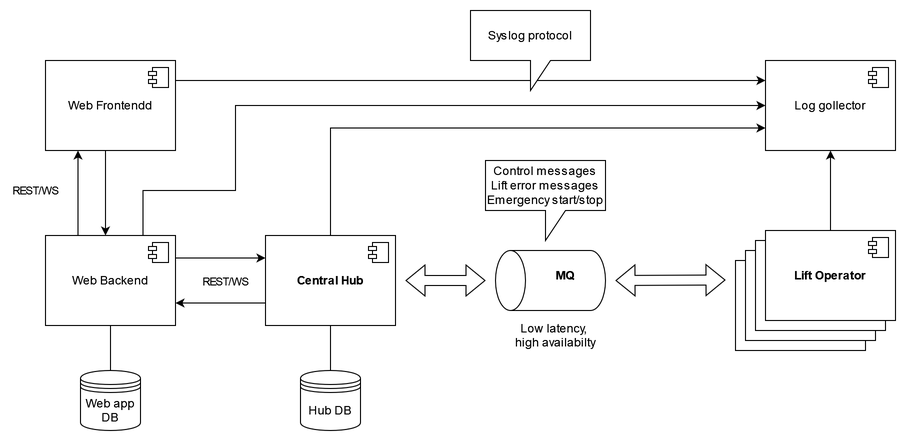
Above: doc/diagrams/png/ski_paradise_components.png in AUT-Hard-Ski-Paradise/.github (draw.io), before the change. Source tidied: cells renumbered, new cells last; positions are measured from the earlier drawing's top-left corner, leaving out a move shared by most shapes. Source of this version:
```xml
<mxGraphModel>
  <root>
    <mxCell id="0" />
    <mxCell id="1" parent="0" />
    <mxCell id="2" value="&lt;b&gt;Lift Operator&lt;br&gt;&lt;/b&gt;" style="html=1;whiteSpace=wrap;" parent="1" vertex="1">
      <mxGeometry x="690" y="250" width="130" height="90" as="geometry" />
    </mxCell>
    <mxCell id="3" style="shape=module;jettyWidth=8;jettyHeight=4;" parent="2" vertex="1">
      <mxGeometry x="1" width="20" height="20" relative="1" as="geometry">
        <mxPoint x="-27" y="7" as="offset" />
      </mxGeometry>
    </mxCell>
    <mxCell id="4" value="&lt;b&gt;Lift Operator&lt;br&gt;&lt;/b&gt;" style="html=1;whiteSpace=wrap;" parent="1" vertex="1">
      <mxGeometry x="700" y="240" width="130" height="90" as="geometry" />
    </mxCell>
    <mxCell id="5" style="shape=module;jettyWidth=8;jettyHeight=4;" parent="4" vertex="1">
      <mxGeometry x="1" width="20" height="20" relative="1" as="geometry">
        <mxPoint x="-27" y="7" as="offset" />
      </mxGeometry>
    </mxCell>
    <mxCell id="6" value="&lt;b&gt;Lift Operator&lt;br&gt;&lt;/b&gt;" style="html=1;whiteSpace=wrap;" parent="1" vertex="1">
      <mxGeometry x="710" y="230" width="130" height="90" as="geometry" />
    </mxCell>
    <mxCell id="7" style="shape=module;jettyWidth=8;jettyHeight=4;" parent="6" vertex="1">
      <mxGeometry x="1" width="20" height="20" relative="1" as="geometry">
        <mxPoint x="-27" y="7" as="offset" />
      </mxGeometry>
    </mxCell>
    <mxCell id="8" style="edgeStyle=orthogonalEdgeStyle;rounded=0;jettySize=auto;html=1;exitX=0.5;exitY=0;exitDx=0;exitDy=0;entryX=0.5;entryY=1;entryDx=0;entryDy=0;" parent="1" edge="1" source="9" target="34">
      <mxGeometry relative="1" as="geometry" />
    </mxCell>
    <mxCell id="9" value="&lt;b&gt;Lift Operator&lt;br&gt;&lt;/b&gt;" style="html=1;whiteSpace=wrap;" parent="1" vertex="1">
      <mxGeometry x="720" y="220" width="130" height="90" as="geometry" />
    </mxCell>
    <mxCell id="10" style="shape=module;jettyWidth=8;jettyHeight=4;" parent="9" vertex="1">
      <mxGeometry x="1" width="20" height="20" relative="1" as="geometry">
        <mxPoint x="-27" y="7" as="offset" />
      </mxGeometry>
    </mxCell>
    <mxCell id="11" style="edgeStyle=orthogonalEdgeStyle;rounded=0;jettySize=auto;html=1;exitX=0;exitY=0.75;exitDx=0;exitDy=0;entryX=1;entryY=0.75;entryDx=0;entryDy=0;" parent="1" edge="1" source="14" target="26">
      <mxGeometry relative="1" as="geometry" />
    </mxCell>
    <mxCell id="12" style="edgeStyle=orthogonalEdgeStyle;rounded=0;jettySize=auto;html=1;exitX=0.5;exitY=1;exitDx=0;exitDy=0;entryX=0.5;entryY=0;entryDx=0;entryDy=0;endArrow=none;endFill=0;" parent="1" edge="1" source="14" target="33">
      <mxGeometry relative="1" as="geometry" />
    </mxCell>
    <mxCell id="13" style="edgeStyle=orthogonalEdgeStyle;rounded=0;jettySize=auto;html=1;exitX=0.5;exitY=0;exitDx=0;exitDy=0;entryX=0;entryY=0.75;entryDx=0;entryDy=0;" parent="1" edge="1" source="14" target="34">
      <mxGeometry relative="1" as="geometry" />
    </mxCell>
    <mxCell id="14" value="&lt;div&gt;&lt;b&gt;Central Hub&lt;/b&gt;&lt;/div&gt;" style="html=1;whiteSpace=wrap;" parent="1" vertex="1">
      <mxGeometry x="220" y="225" width="130" height="90" as="geometry" />
    </mxCell>
    <mxCell id="15" style="shape=module;jettyWidth=8;jettyHeight=4;" parent="14" vertex="1">
      <mxGeometry x="1" width="20" height="20" relative="1" as="geometry">
        <mxPoint x="-27" y="7" as="offset" />
      </mxGeometry>
    </mxCell>
    <mxCell id="16" style="shape=cylinder3;whiteSpace=wrap;html=1;boundedLbl=1;backgroundOutline=1;size=15;rotation=-90;" parent="1" vertex="1">
      <mxGeometry x="475" y="215" width="60" height="110" as="geometry" />
    </mxCell>
    <mxCell id="17" style="shape=flexArrow;endArrow=classic;startArrow=classic;html=1;rounded=0;" parent="1" edge="1">
      <mxGeometry relative="1" as="geometry">
        <mxPoint x="570" y="270" as="sourcePoint" />
        <mxPoint x="680" y="269.5" as="targetPoint" />
      </mxGeometry>
    </mxCell>
    <mxCell id="18" style="shape=flexArrow;endArrow=classic;startArrow=classic;html=1;rounded=0;" parent="1" edge="1">
      <mxGeometry relative="1" as="geometry">
        <mxPoint x="360" y="270" as="sourcePoint" />
        <mxPoint x="440" y="270" as="targetPoint" />
      </mxGeometry>
    </mxCell>
    <mxCell id="19" value="&lt;b&gt;MQ&lt;/b&gt;" style="text;html=1;strokeColor=none;fillColor=none;align=center;verticalAlign=middle;whiteSpace=wrap;rounded=0;" parent="1" vertex="1">
      <mxGeometry x="485" y="250" width="70" height="30" as="geometry" />
    </mxCell>
    <mxCell id="20" value="&lt;div&gt;Low latency,&amp;nbsp;&lt;/div&gt;&lt;div&gt;high availabilty&lt;/div&gt;" style="text;html=1;strokeColor=none;fillColor=none;align=center;verticalAlign=middle;whiteSpace=wrap;rounded=0;" parent="1" vertex="1">
      <mxGeometry x="460" y="310" width="100" height="30" as="geometry" />
    </mxCell>
    <mxCell id="21" value="&lt;div&gt;Control messages&lt;/div&gt;&lt;div&gt;Lift error messages&lt;/div&gt;&lt;div&gt;Emergency start/stop&lt;br&gt;&lt;/div&gt;" style="shape=callout;whiteSpace=wrap;html=1;perimeter=calloutPerimeter;" parent="1" vertex="1">
      <mxGeometry x="440" y="150" width="120" height="80" as="geometry" />
    </mxCell>
    <mxCell id="22" value="REST/WS" style="edgeStyle=orthogonalEdgeStyle;rounded=0;jettySize=auto;html=1;exitX=1;exitY=0.25;exitDx=0;exitDy=0;entryX=0;entryY=0.25;entryDx=0;entryDy=0;" parent="1" edge="1" source="26" target="14">
      <mxGeometry x="0.11" y="-22" relative="1" as="geometry">
        <mxPoint y="1" as="offset" />
      </mxGeometry>
    </mxCell>
    <mxCell id="23" style="edgeStyle=orthogonalEdgeStyle;rounded=0;jettySize=auto;html=1;exitX=0.25;exitY=0;exitDx=0;exitDy=0;entryX=0.25;entryY=1;entryDx=0;entryDy=0;" parent="1" edge="1" source="26" target="30">
      <mxGeometry relative="1" as="geometry" />
    </mxCell>
    <mxCell id="24" style="edgeStyle=orthogonalEdgeStyle;rounded=0;jettySize=auto;html=1;exitX=0.5;exitY=1;exitDx=0;exitDy=0;entryX=0.5;entryY=0;entryDx=0;entryDy=0;endArrow=none;endFill=0;" parent="1" edge="1" source="26" target="32">
      <mxGeometry relative="1" as="geometry" />
    </mxCell>
    <mxCell id="25" style="edgeStyle=orthogonalEdgeStyle;rounded=0;jettySize=auto;html=1;exitX=0.75;exitY=0;exitDx=0;exitDy=0;entryX=0;entryY=0.5;entryDx=0;entryDy=0;" parent="1" edge="1" source="26" target="34">
      <mxGeometry relative="1" as="geometry">
        <Array as="points">
          <mxPoint x="98" y="180" />
          <mxPoint x="190" y="180" />
          <mxPoint x="190" y="95" />
        </Array>
      </mxGeometry>
    </mxCell>
    <mxCell id="26" value="Web Backend" style="html=1;whiteSpace=wrap;" parent="1" vertex="1">
      <mxGeometry y="225" width="130" height="90" as="geometry" />
    </mxCell>
    <mxCell id="27" style="shape=module;jettyWidth=8;jettyHeight=4;" parent="26" vertex="1">
      <mxGeometry x="1" width="20" height="20" relative="1" as="geometry">
        <mxPoint x="-27" y="7" as="offset" />
      </mxGeometry>
    </mxCell>
    <mxCell id="28" value="REST/WS" style="edgeStyle=orthogonalEdgeStyle;rounded=0;jettySize=auto;html=1;exitX=0.5;exitY=1;exitDx=0;exitDy=0;" parent="1" edge="1" source="30">
      <mxGeometry y="-70" relative="1" as="geometry">
        <mxPoint x="60" y="225" as="targetPoint" />
        <Array as="points">
          <mxPoint x="60" y="140" />
          <mxPoint x="60" y="225" />
        </Array>
      </mxGeometry>
    </mxCell>
    <mxCell id="29" style="edgeStyle=orthogonalEdgeStyle;rounded=0;orthogonalLoop=1;jettySize=auto;html=1;exitX=1;exitY=0.5;exitDx=0;exitDy=0;entryX=0;entryY=0.5;entryDx=0;entryDy=0;" parent="1" edge="1">
      <mxGeometry relative="1" as="geometry">
        <mxPoint x="130" y="70" as="sourcePoint" />
        <mxPoint x="720" y="70" as="targetPoint" />
      </mxGeometry>
    </mxCell>
    <mxCell id="30" value="Web Frontendd" style="html=1;whiteSpace=wrap;" parent="1" vertex="1">
      <mxGeometry y="50" width="130" height="90" as="geometry" />
    </mxCell>
    <mxCell id="31" style="shape=module;jettyWidth=8;jettyHeight=4;" parent="30" vertex="1">
      <mxGeometry x="1" width="20" height="20" relative="1" as="geometry">
        <mxPoint x="-27" y="7" as="offset" />
      </mxGeometry>
    </mxCell>
    <mxCell id="32" value="Web app DB" style="shape=datastore;whiteSpace=wrap;html=1;" parent="1" vertex="1">
      <mxGeometry x="35" y="360" width="60" height="60" as="geometry" />
    </mxCell>
    <mxCell id="33" value="Hub DB" style="shape=datastore;whiteSpace=wrap;html=1;" parent="1" vertex="1">
      <mxGeometry x="255" y="360" width="60" height="60" as="geometry" />
    </mxCell>
    <mxCell id="34" value="Log gollector" style="html=1;whiteSpace=wrap;" parent="1" vertex="1">
      <mxGeometry x="720" y="50" width="130" height="90" as="geometry" />
    </mxCell>
    <mxCell id="35" style="shape=module;jettyWidth=8;jettyHeight=4;" parent="34" vertex="1">
      <mxGeometry x="1" width="20" height="20" relative="1" as="geometry">
        <mxPoint x="-27" y="7" as="offset" />
      </mxGeometry>
    </mxCell>
    <mxCell id="36" value="Syslog protocol" style="shape=callout;whiteSpace=wrap;html=1;perimeter=calloutPerimeter;" parent="1" vertex="1">
      <mxGeometry x="425" width="120" height="80" as="geometry" />
    </mxCell>
  </root>
</mxGraphModel>
```
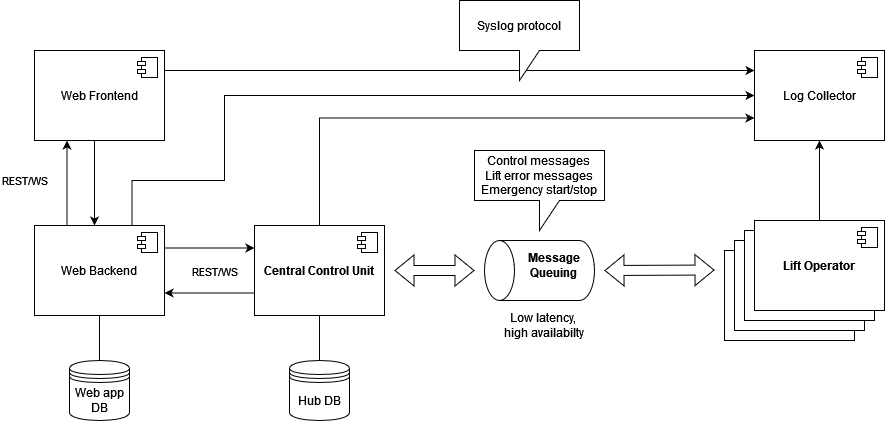
The same diagram one commit later.

Diff of the diagram source:
```diff
@@ -46,7 +46,7 @@
     <mxCell id="13" style="edgeStyle=orthogonalEdgeStyle;rounded=0;jettySize=auto;html=1;exitX=0.5;exitY=0;exitDx=0;exitDy=0;entryX=0;entryY=0.75;entryDx=0;entryDy=0;" parent="1" edge="1" source="14" target="34">
       <mxGeometry relative="1" as="geometry" />
     </mxCell>
-    <mxCell id="14" value="&lt;div&gt;&lt;b&gt;Central Hub&lt;/b&gt;&lt;/div&gt;" style="html=1;whiteSpace=wrap;" parent="1" vertex="1">
+    <mxCell id="14" value="&lt;div&gt;&lt;b&gt;Central Control Unit&lt;br&gt;&lt;/b&gt;&lt;/div&gt;" style="html=1;whiteSpace=wrap;" parent="1" vertex="1">
       <mxGeometry x="220" y="225" width="130" height="90" as="geometry" />
     </mxCell>
     <mxCell id="15" style="shape=module;jettyWidth=8;jettyHeight=4;" parent="14" vertex="1">
@@ -69,14 +69,14 @@
         <mxPoint x="440" y="270" as="targetPoint" />
       </mxGeometry>
     </mxCell>
-    <mxCell id="19" value="&lt;b&gt;MQ&lt;/b&gt;" style="text;html=1;strokeColor=none;fillColor=none;align=center;verticalAlign=middle;whiteSpace=wrap;rounded=0;" parent="1" vertex="1">
+    <mxCell id="19" value="&lt;b&gt;Message Queuing&lt;br&gt;&lt;/b&gt;" style="text;html=1;strokeColor=none;fillColor=none;align=center;verticalAlign=middle;whiteSpace=wrap;rounded=0;" parent="1" vertex="1">
       <mxGeometry x="485" y="250" width="70" height="30" as="geometry" />
     </mxCell>
     <mxCell id="20" value="&lt;div&gt;Low latency,&amp;nbsp;&lt;/div&gt;&lt;div&gt;high availabilty&lt;/div&gt;" style="text;html=1;strokeColor=none;fillColor=none;align=center;verticalAlign=middle;whiteSpace=wrap;rounded=0;" parent="1" vertex="1">
       <mxGeometry x="460" y="310" width="100" height="30" as="geometry" />
     </mxCell>
     <mxCell id="21" value="&lt;div&gt;Control messages&lt;/div&gt;&lt;div&gt;Lift error messages&lt;/div&gt;&lt;div&gt;Emergency start/stop&lt;br&gt;&lt;/div&gt;" style="shape=callout;whiteSpace=wrap;html=1;perimeter=calloutPerimeter;" parent="1" vertex="1">
-      <mxGeometry x="440" y="150" width="120" height="80" as="geometry" />
+      <mxGeometry x="440" y="150" width="130" height="80" as="geometry" />
     </mxCell>
     <mxCell id="22" value="REST/WS" style="edgeStyle=orthogonalEdgeStyle;rounded=0;jettySize=auto;html=1;exitX=1;exitY=0.25;exitDx=0;exitDy=0;entryX=0;entryY=0.25;entryDx=0;entryDy=0;" parent="1" edge="1" source="26" target="14">
       <mxGeometry x="0.11" y="-22" relative="1" as="geometry">
@@ -121,7 +121,7 @@
         <mxPoint x="720" y="70" as="targetPoint" />
       </mxGeometry>
     </mxCell>
-    <mxCell id="30" value="Web Frontendd" style="html=1;whiteSpace=wrap;" parent="1" vertex="1">
+    <mxCell id="30" value="Web Frontend" style="html=1;whiteSpace=wrap;" parent="1" vertex="1">
       <mxGeometry y="50" width="130" height="90" as="geometry" />
     </mxCell>
     <mxCell id="31" style="shape=module;jettyWidth=8;jettyHeight=4;" parent="30" vertex="1">
@@ -135,7 +135,7 @@
     <mxCell id="33" value="Hub DB" style="shape=datastore;whiteSpace=wrap;html=1;" parent="1" vertex="1">
       <mxGeometry x="255" y="360" width="60" height="60" as="geometry" />
     </mxCell>
-    <mxCell id="34" value="Log gollector" style="html=1;whiteSpace=wrap;" parent="1" vertex="1">
+    <mxCell id="34" value="Log Collector" style="html=1;whiteSpace=wrap;" parent="1" vertex="1">
       <mxGeometry x="720" y="50" width="130" height="90" as="geometry" />
     </mxCell>
     <mxCell id="35" style="shape=module;jettyWidth=8;jettyHeight=4;" parent="34" vertex="1">
```
